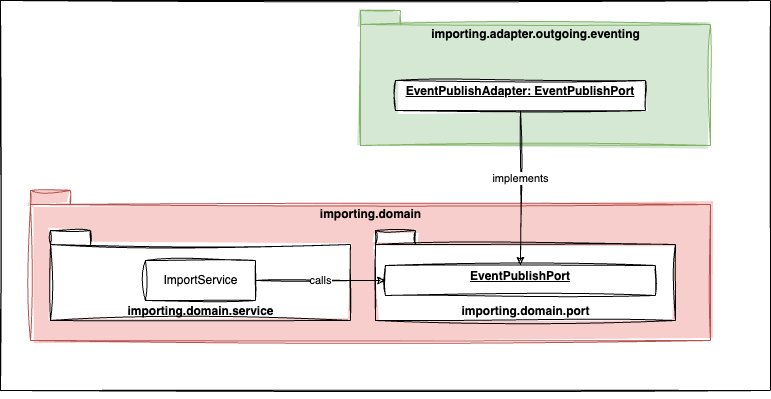
Above: docs/assets/static-level-4.drawio.png in tinohertlein/timesheet-wizard (draw.io), before the change. Source tidied: cells renumbered, new cells last; positions are measured from the earlier drawing's top-left corner, leaving out a move shared by most shapes.
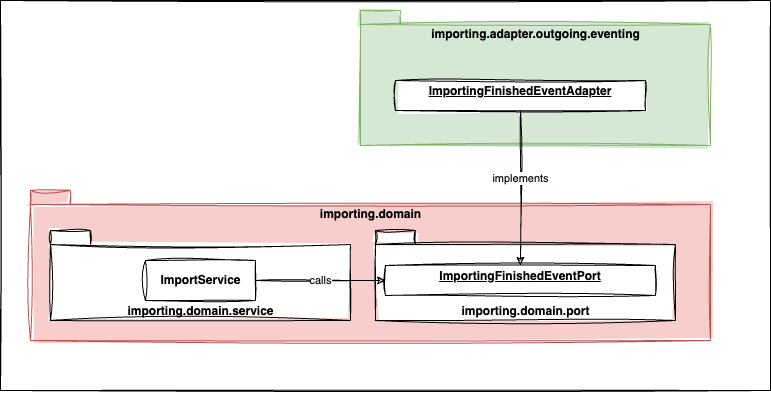
After the change.

Change to the diagram source:
```diff
@@ -11,13 +11,13 @@
     <mxCell id="4" value="importing.domain.port" style="shape=folder;fontStyle=1;spacingTop=10;tabWidth=40;tabHeight=14;tabPosition=left;html=1;labelPosition=center;verticalLabelPosition=middle;align=center;verticalAlign=bottom;sketch=1;curveFitting=1;jiggle=2;" parent="1" vertex="1">
       <mxGeometry x="375" y="230" width="300" height="90" as="geometry" />
     </mxCell>
-    <mxCell id="5" value="&lt;p style=&quot;margin:0px;margin-top:4px;text-align:center;text-decoration:underline;&quot;&gt;&lt;b&gt;EventPublishPort&lt;/b&gt;&lt;/p&gt;" style="verticalAlign=top;align=left;overflow=fill;fontSize=12;fontFamily=Helvetica;html=1;sketch=1;curveFitting=1;jiggle=2;" parent="1" vertex="1">
+    <mxCell id="5" value="&lt;p style=&quot;margin: 4px 0px 0px; text-align: center;&quot;&gt;&lt;b&gt;&lt;u&gt;ImportingFinishedEventPort&lt;/u&gt;&lt;/b&gt;&lt;br&gt;&lt;/p&gt;" style="verticalAlign=top;align=left;overflow=fill;fontSize=12;fontFamily=Helvetica;html=1;sketch=1;curveFitting=1;jiggle=2;" parent="1" vertex="1">
       <mxGeometry x="385" y="265" width="270" height="30" as="geometry" />
     </mxCell>
     <mxCell id="6" value="importing.adapter.outgoing.eventing" style="shape=folder;fontStyle=1;spacingTop=10;tabWidth=40;tabHeight=14;tabPosition=left;html=1;align=center;labelPosition=center;verticalLabelPosition=middle;verticalAlign=top;sketch=1;curveFitting=1;jiggle=2;fillColor=#d5e8d4;strokeColor=#82b366;fillStyle=solid;" parent="1" vertex="1">
       <mxGeometry x="360" y="10" width="350" height="135" as="geometry" />
     </mxCell>
-    <mxCell id="7" value="&lt;p style=&quot;margin:0px;margin-top:4px;text-align:center;text-decoration:underline;&quot;&gt;&lt;b&gt;EventPublishAdapter: EventPublishPort&lt;/b&gt;&lt;/p&gt;" style="verticalAlign=top;align=left;overflow=fill;fontSize=12;fontFamily=Helvetica;html=1;sketch=1;curveFitting=1;jiggle=2;" parent="1" vertex="1">
+    <mxCell id="7" value="&lt;p style=&quot;margin: 4px 0px 0px; text-align: center;&quot;&gt;&lt;b&gt;&lt;u&gt;ImportingFinishedEventAdapter&lt;/u&gt;&lt;/b&gt;&lt;br&gt;&lt;/p&gt;" style="verticalAlign=top;align=left;overflow=fill;fontSize=12;fontFamily=Helvetica;html=1;sketch=1;curveFitting=1;jiggle=2;" parent="1" vertex="1">
       <mxGeometry x="395" y="80" width="250" height="30" as="geometry" />
     </mxCell>
     <mxCell id="8" style="endArrow=classic;html=1;rounded=0;entryX=0.5;entryY=0;entryDx=0;entryDy=0;exitX=0.5;exitY=1;exitDx=0;exitDy=0;sketch=1;curveFitting=1;jiggle=2;" parent="1" edge="1" source="7" target="5">
@@ -32,7 +32,7 @@
     <mxCell id="11" value="importing.domain.service" style="shape=folder;fontStyle=1;spacingTop=10;tabWidth=40;tabHeight=14;tabPosition=left;html=1;labelPosition=center;verticalLabelPosition=middle;align=center;verticalAlign=bottom;sketch=1;curveFitting=1;jiggle=2;" parent="1" vertex="1">
       <mxGeometry x="50" y="230" width="300" height="90" as="geometry" />
     </mxCell>
-    <mxCell id="12" value="ImportService" style="html=1;fillStyle=solid;sketch=1;curveFitting=1;jiggle=2;" parent="1" vertex="1">
+    <mxCell id="12" value="ImportService" style="html=1;fillStyle=solid;sketch=1;curveFitting=1;jiggle=2;fontStyle=1;" parent="1" vertex="1">
       <mxGeometry x="145" y="260" width="110" height="40" as="geometry" />
     </mxCell>
     <mxCell id="13" value="calls" style="endArrow=classic;html=1;rounded=0;entryX=0;entryY=0.5;entryDx=0;entryDy=0;sketch=1;curveFitting=1;jiggle=2;exitX=1;exitY=0.5;exitDx=0;exitDy=0;" parent="1" edge="1" source="12" target="5">
```
